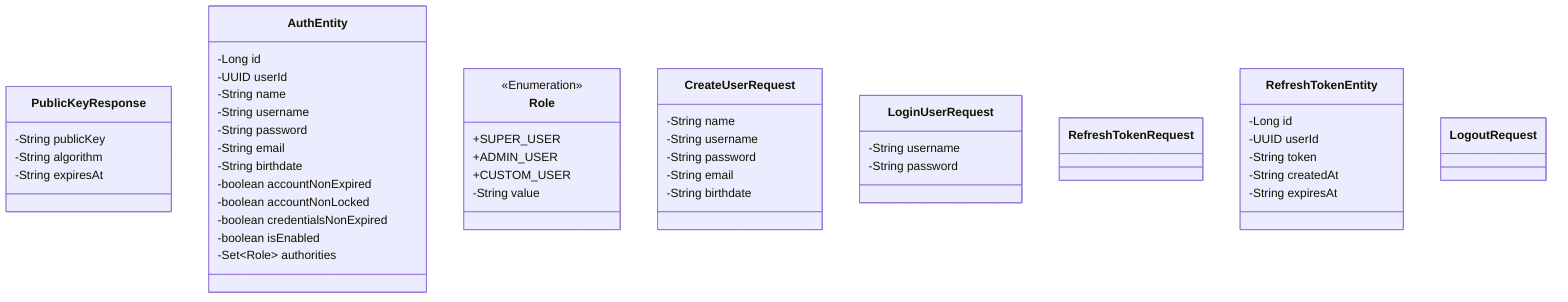
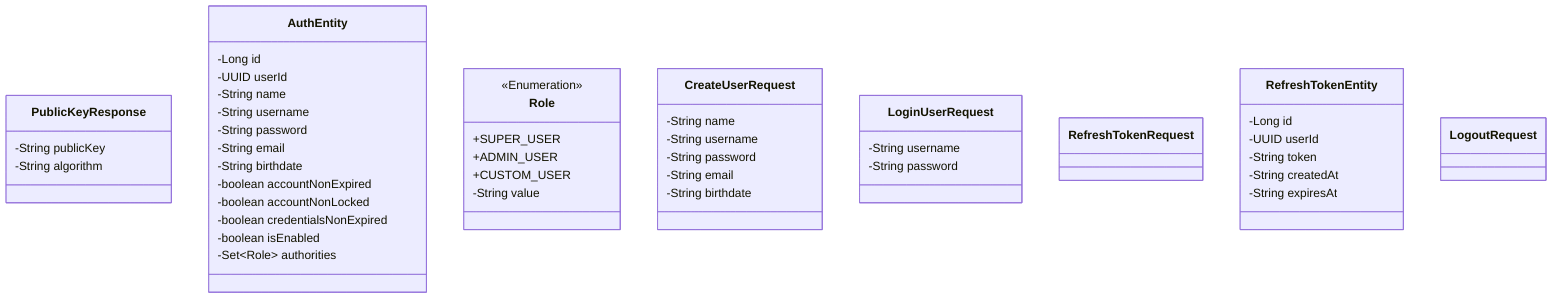
classDiagram

    class PublicKeyResponse {
        -String publicKey
        -String algorithm
-         -String expiresAt
    }

    class AuthEntity {
        -Long id
        -UUID userId
        -String name
        -String username
        -String password
        -String email
        -String birthdate
        -boolean accountNonExpired
        -boolean accountNonLocked
        -boolean credentialsNonExpired
        -boolean isEnabled
        -Set~Role~ authorities
    }

    class Role {
        <<Enumeration>>
        +SUPER_USER
        +ADMIN_USER
        +CUSTOM_USER
        -String value
    }

    class CreateUserRequest {
        -String name
        -String username
        -String password
        -String email
        -String birthdate
    }

    class LoginUserRequest {
        -String username
        -String password
    }

    class RefreshTokenRequest{
    }

    class RefreshTokenEntity {
        -Long id
        -UUID userId
        -String token
        -String createdAt
        -String expiresAt
    }

    class LogoutRequest{
    }
